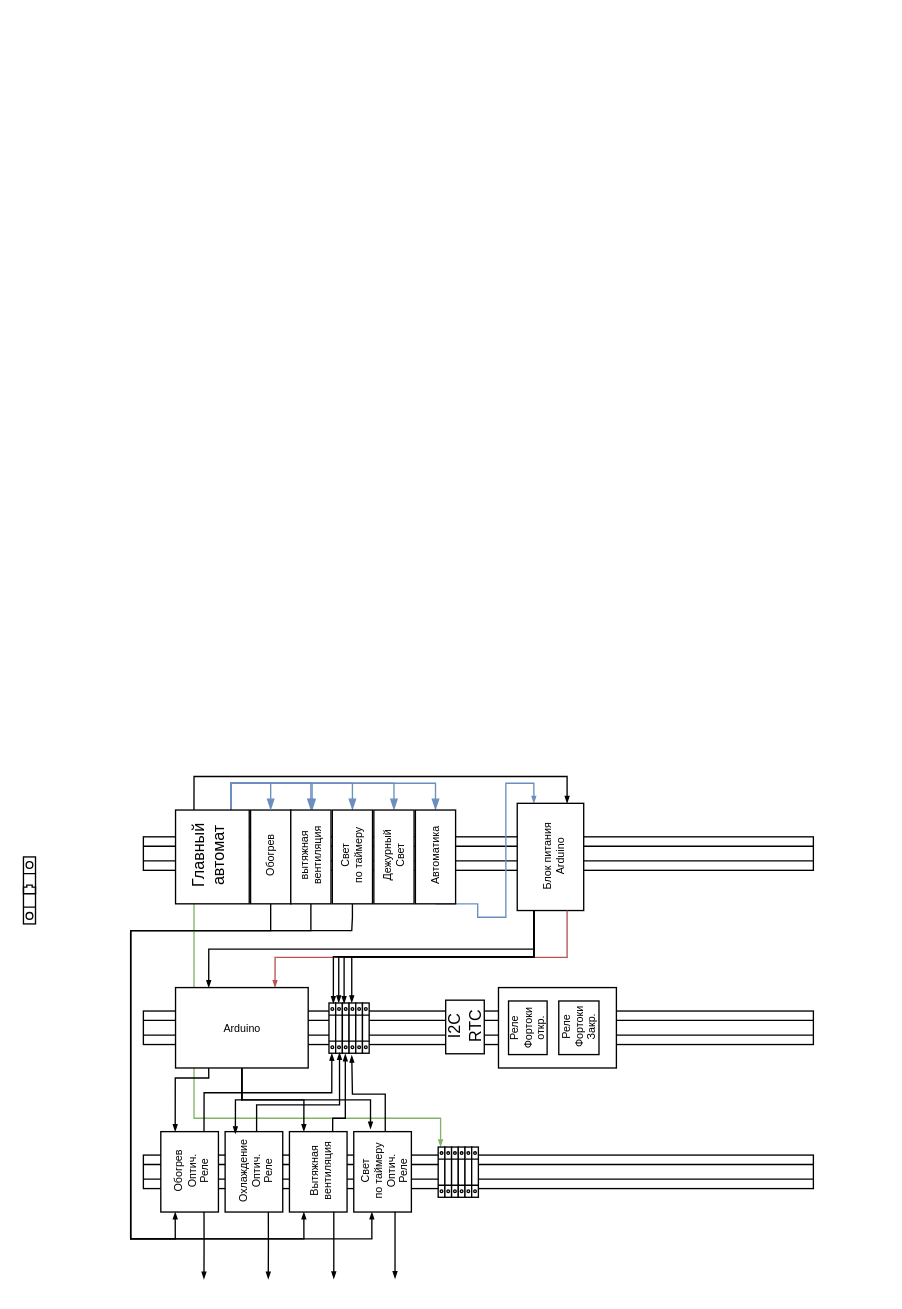
Earlier version of the draw.io diagram Курятник.drawio (Johnystu/draw_io). Source tidied: cells renumbered, new cells numbered last; positions are measured from the earlier drawing's top-left corner, leaving out a move shared by most shapes. Both pictures are drawn from the tidied source at 134%, with x=0, y=0 at pixel (23, 783).
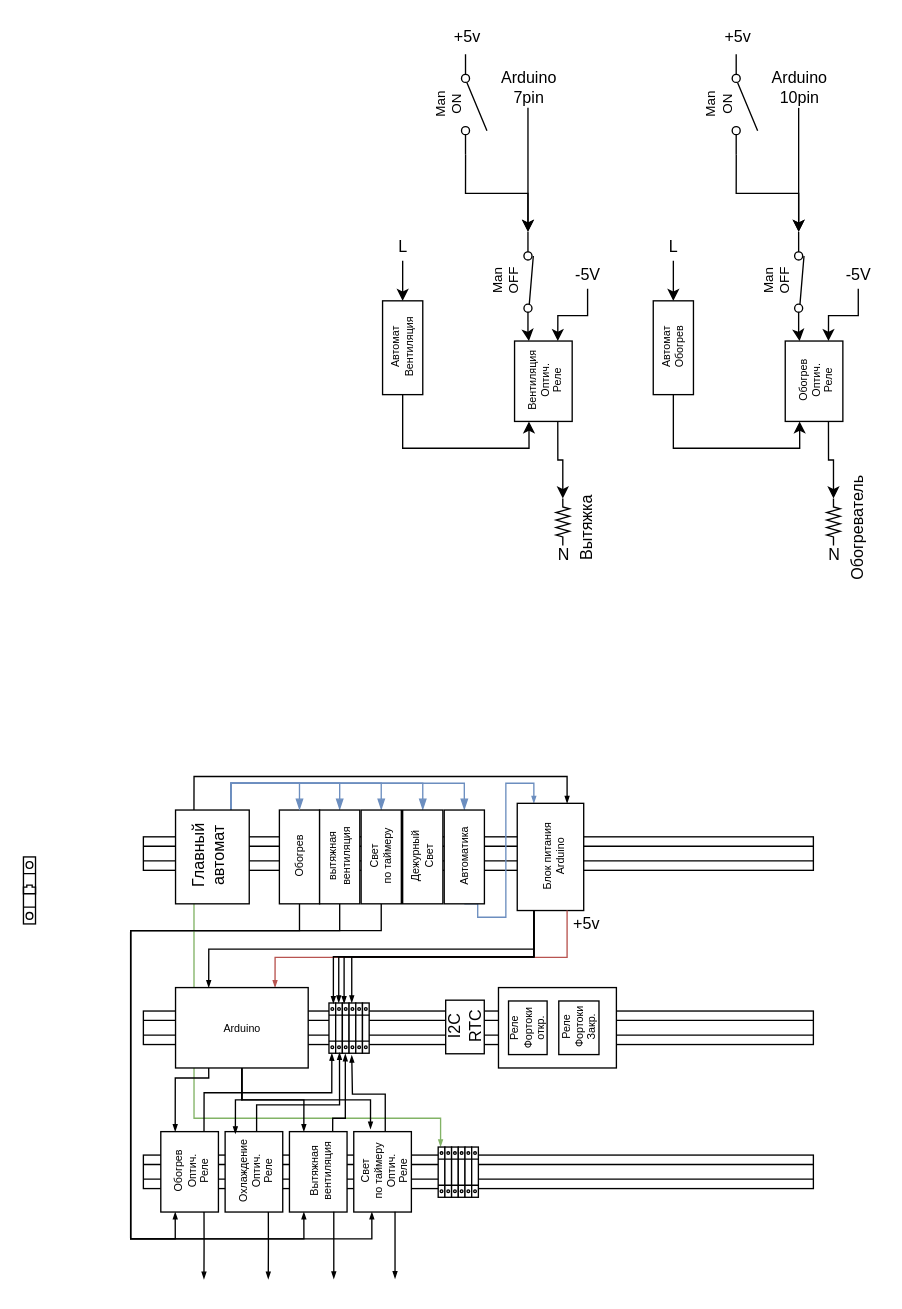
The same diagram, later.

The change refers to these unchanged cells:
```xml
<mxCell id="15" style="rounded=0;whiteSpace=wrap;html=1;" parent="1" vertex="1">
  <mxGeometry x="113.5" y="20" width="55" height="70" as="geometry" />
</mxCell>
<mxCell id="27" style="rounded=0;whiteSpace=wrap;html=1;" parent="26" vertex="1">
  <mxGeometry x="6.5" width="43" height="60" as="geometry" />
</mxCell>
<mxCell id="39" style="rounded=0;whiteSpace=wrap;html=1;" parent="38" vertex="1">
  <mxGeometry x="6.5" width="43" height="60" as="geometry" />
</mxCell>
<mxCell id="43" value="&lt;div&gt;Свет&lt;/div&gt;&lt;div&gt;по таймеру&lt;br&gt;&lt;/div&gt;&lt;div style=&quot;font-size: 8px&quot;&gt;&lt;font style=&quot;font-size: 8px&quot;&gt;Оптич.&lt;/font&gt;&lt;/div&gt;&lt;div style=&quot;font-size: 8px&quot;&gt;&lt;font style=&quot;font-size: 8px&quot;&gt;Реле&lt;br style=&quot;font-size: 8px&quot;&gt;&lt;/font&gt;&lt;/div&gt;" style="text;html=1;align=center;verticalAlign=middle;points=[];rotation=-90;fontSize=8;" parent="41" vertex="1">
  <mxGeometry y="5" width="60" height="50" as="geometry" />
</mxCell>
```

Change to the diagram source:
```diff
@@
     <mxCell id="4" style="edgeStyle=orthogonalEdgeStyle;rounded=0;jumpSize=3;jettySize=auto;html=1;exitX=0.5;exitY=1;exitDx=0;exitDy=0;entryX=0.25;entryY=1;entryDx=0;entryDy=0;startSize=3;endArrow=blockThin;endFill=1;endSize=3;fontSize=8;" parent="1" edge="1" source="5" target="27">
       <mxGeometry relative="1" as="geometry">
         <Array as="points">
-          <mxPoint x="184" y="110" />
+          <mxPoint x="206" y="110" />
           <mxPoint x="80" y="110" />
           <mxPoint x="80" y="340" />
           <mxPoint x="113" y="340" />
         </Array>
       </mxGeometry>
     </mxCell>
     <mxCell id="5" style="rounded=0;whiteSpace=wrap;html=1;" parent="1" vertex="1">
-      <mxGeometry x="169.5" y="20" width="30" height="70" as="geometry" />
+      <mxGeometry x="191" y="20" width="30" height="70" as="geometry" />
     </mxCell>
     <mxCell id="6" value="Обогрев" style="text;html=1;align=center;verticalAlign=middle;rotation=-90;fontSize=8;" parent="1" vertex="1">
-      <mxGeometry x="159.5" y="45" width="50" height="20" as="geometry" />
+      <mxGeometry x="181" y="45" width="50" height="20" as="geometry" />
     </mxCell>
     <mxCell id="7" style="edgeStyle=orthogonalEdgeStyle;rounded=0;jettySize=auto;html=1;exitX=0.75;exitY=0;exitDx=0;exitDy=0;endArrow=blockThin;endFill=1;entryX=0.5;entryY=0;entryDx=0;entryDy=0;fillColor=#dae8fc;strokeColor=#6c8ebf;" parent="1" edge="1" source="15" target="5">
       <mxGeometry relative="1" as="geometry">
         <Array as="points">
           <mxPoint x="155" />
-          <mxPoint x="184" />
+          <mxPoint x="206" />
         </Array>
       </mxGeometry>
     </mxCell>
-    <mxCell id="8" style="edgeStyle=orthogonalEdgeStyle;rounded=0;jettySize=auto;html=1;exitX=0.75;exitY=0;exitDx=0;exitDy=0;endArrow=blockThin;endFill=1;entryX=0.5;entryY=0;entryDx=0;entryDy=0;fillColor=#dae8fc;strokeColor=#6c8ebf;" parent="1" edge="1" source="15">
-      <mxGeometry relative="1" as="geometry">
-        <mxPoint x="215.4" y="20.2" as="targetPoint" />
-        <Array as="points">
-          <mxPoint x="155" />
-          <mxPoint x="215" />
-        </Array>
-      </mxGeometry>
-    </mxCell>
@@
     <mxCell id="17" style="edgeStyle=orthogonalEdgeStyle;rounded=0;jumpSize=3;jettySize=auto;html=1;exitX=0.5;exitY=1;exitDx=0;exitDy=0;entryX=0;entryY=0.3;entryDx=0;entryDy=0;entryPerimeter=0;startSize=3;endArrow=blockThin;endFill=1;endSize=3;fontSize=8;" parent="1" edge="1" source="18" target="43">
       <mxGeometry relative="1" as="geometry">
         <Array as="points">
-          <mxPoint x="245" y="100" />
-          <mxPoint x="245" y="110" />
+          <mxPoint x="267" y="110" />
           <mxPoint x="80" y="110" />
           <mxPoint x="80" y="340" />
           <mxPoint x="260" y="340" />
         </Array>
       </mxGeometry>
     </mxCell>
     <mxCell id="18" style="rounded=0;whiteSpace=wrap;html=1;" parent="1" vertex="1">
-      <mxGeometry x="230.5" y="20" width="30" height="70" as="geometry" />
+      <mxGeometry x="252" y="20" width="30" height="70" as="geometry" />
     </mxCell>
     <mxCell id="19" value="&lt;div style=&quot;font-size: 8px;&quot;&gt;Свет&lt;/div&gt;&lt;div style=&quot;font-size: 8px;&quot;&gt;по таймеру&lt;br style=&quot;font-size: 8px;&quot;&gt;&lt;/div&gt;" style="text;html=1;align=center;verticalAlign=middle;rotation=-90;fontSize=8;" parent="1" vertex="1">
-      <mxGeometry x="215.5" y="40" width="60" height="30" as="geometry" />
+      <mxGeometry x="237" y="40" width="60" height="30" as="geometry" />
     </mxCell>
     <mxCell id="20" style="edgeStyle=orthogonalEdgeStyle;rounded=0;jumpSize=3;jettySize=auto;html=1;exitX=0.5;exitY=1;exitDx=0;exitDy=0;entryX=0.25;entryY=1;entryDx=0;entryDy=0;startSize=3;endArrow=blockThin;endFill=1;endSize=3;fontSize=8;" parent="1" edge="1" source="21" target="39">
       <mxGeometry relative="1" as="geometry">
         <Array as="points">
-          <mxPoint x="214" y="110" />
+          <mxPoint x="236" y="110" />
           <mxPoint x="80" y="110" />
           <mxPoint x="80" y="340" />
           <mxPoint x="209" y="340" />
         </Array>
       </mxGeometry>
     </mxCell>
     <mxCell id="21" style="rounded=0;whiteSpace=wrap;html=1;" parent="1" vertex="1">
-      <mxGeometry x="199.5" y="20" width="30" height="70" as="geometry" />
+      <mxGeometry x="221" y="20" width="30" height="70" as="geometry" />
     </mxCell>
     <mxCell id="22" value="&lt;div style=&quot;font-size: 8px;&quot;&gt;вытяжная&lt;/div&gt;&lt;div style=&quot;font-size: 8px;&quot;&gt;вентиляция&lt;br style=&quot;font-size: 8px;&quot;&gt;&lt;/div&gt;" style="text;html=1;align=center;verticalAlign=middle;rotation=-90;fontSize=8;" parent="1" vertex="1">
-      <mxGeometry x="184.5" y="40" width="60" height="30" as="geometry" />
+      <mxGeometry x="206" y="40" width="60" height="30" as="geometry" />
     </mxCell>
     <mxCell id="23" style="rounded=0;whiteSpace=wrap;html=1;" parent="1" vertex="1">
-      <mxGeometry x="261.5" y="20" width="30" height="70" as="geometry" />
+      <mxGeometry x="283" y="20" width="30" height="70" as="geometry" />
     </mxCell>
     <mxCell id="24" value="Дежурный&lt;br style=&quot;font-size: 8px;&quot;&gt;&lt;div style=&quot;font-size: 8px;&quot;&gt;Свет&lt;/div&gt;" style="text;html=1;align=center;verticalAlign=middle;rotation=-90;fontSize=8;" parent="1" vertex="1">
-      <mxGeometry x="251.5" y="40" width="50" height="30" as="geometry" />
+      <mxGeometry x="273" y="40" width="50" height="30" as="geometry" />
     </mxCell>
@@
     <mxCell id="30" style="rounded=0;whiteSpace=wrap;html=1;" parent="1" vertex="1">
-      <mxGeometry x="292.5" y="20" width="30" height="70" as="geometry" />
+      <mxGeometry x="314" y="20" width="30" height="70" as="geometry" />
     </mxCell>
     <mxCell id="31" value="Автоматика" style="text;html=1;align=center;verticalAlign=middle;rotation=-90;fontSize=8;" parent="1" vertex="1">
-      <mxGeometry x="277.5" y="45" width="60" height="20" as="geometry" />
+      <mxGeometry x="299" y="45" width="60" height="20" as="geometry" />
     </mxCell>
@@
+    <mxCell id="80" value="+5v" style="text;html=1;align=center;verticalAlign=middle;" parent="1" vertex="1">
+      <mxGeometry x="404.5" y="95" width="30" height="20" as="geometry" />
+    </mxCell>
+    <mxCell id="81" style="edgeStyle=orthogonalEdgeStyle;rounded=0;jettySize=auto;html=1;exitX=0.5;exitY=1;exitDx=0;exitDy=0;entryX=0.25;entryY=1;entryDx=0;entryDy=0;" parent="1" edge="1" source="82" target="85">
+      <mxGeometry relative="1" as="geometry" />
+    </mxCell>
+    <mxCell id="82" style="rounded=0;whiteSpace=wrap;html=1;" parent="1" vertex="1">
+      <mxGeometry x="268" y="-360" width="30" height="70" as="geometry" />
+    </mxCell>
+    <mxCell id="83" value="Автомат&lt;br&gt;&lt;div&gt;Вентиляция&lt;/div&gt;" style="text;html=1;align=center;verticalAlign=middle;rotation=-90;fontSize=8;" parent="1" vertex="1">
+      <mxGeometry x="253" y="-340" width="60" height="30" as="geometry" />
+    </mxCell>
+    <mxCell id="84" style="group;fontSize=8;" parent="1" vertex="1">
+      <mxGeometry x="360" y="-330" width="60" height="60" as="geometry" />
+    </mxCell>
+    <mxCell id="85" style="rounded=0;whiteSpace=wrap;html=1;" parent="84" vertex="1">
+      <mxGeometry x="6.5" width="43" height="60" as="geometry" />
+    </mxCell>
+    <mxCell id="86" value="&lt;div style=&quot;font-size: 8px&quot;&gt;&lt;font style=&quot;font-size: 8px&quot;&gt;Вентиляция&lt;/font&gt;&lt;/div&gt;&lt;div style=&quot;font-size: 8px&quot;&gt;&lt;font style=&quot;font-size: 8px&quot;&gt;Оптич.&lt;/font&gt;&lt;/div&gt;&lt;div style=&quot;font-size: 8px&quot;&gt;&lt;font style=&quot;font-size: 8px&quot;&gt;Реле&lt;br style=&quot;font-size: 8px&quot;&gt;&lt;/font&gt;&lt;/div&gt;" style="text;html=1;align=center;verticalAlign=middle;rotation=-90;fontSize=8;" parent="84" vertex="1">
+      <mxGeometry y="10" width="60" height="40" as="geometry" />
+    </mxCell>
+    <mxCell id="87" style="verticalLabelPosition=bottom;shadow=0;dashed=0;align=center;html=1;verticalAlign=top;shape=mxgraph.electrical.resistors.resistor_2;rotation=90;" parent="1" vertex="1">
+      <mxGeometry x="385" y="-200" width="35" height="10" as="geometry" />
+    </mxCell>
+    <mxCell id="88" style="edgeStyle=orthogonalEdgeStyle;rounded=0;jettySize=auto;html=1;exitX=0.75;exitY=1;exitDx=0;exitDy=0;entryX=0;entryY=0.5;entryDx=0;entryDy=0;entryPerimeter=0;" parent="1" edge="1" source="85" target="87">
+      <mxGeometry relative="1" as="geometry" />
+    </mxCell>
+    <mxCell id="89" style="edgeStyle=orthogonalEdgeStyle;rounded=0;jettySize=auto;html=1;entryX=1;entryY=0.43;entryDx=0;entryDy=0;entryPerimeter=0;" parent="1" edge="1" source="90" target="101">
+      <mxGeometry relative="1" as="geometry" />
+    </mxCell>
+    <mxCell id="90" value="&lt;div&gt;Arduino&lt;br&gt;&lt;/div&gt;&lt;div&gt;7pin&lt;/div&gt;" style="text;html=1;align=center;verticalAlign=middle;points=[];" parent="1" vertex="1">
+      <mxGeometry x="346.5" y="-534" width="60" height="30" as="geometry" />
+    </mxCell>
+    <mxCell id="91" style="edgeStyle=orthogonalEdgeStyle;rounded=0;jettySize=auto;html=1;entryX=0.75;entryY=0;entryDx=0;entryDy=0;" parent="1" edge="1" source="92" target="85">
+      <mxGeometry relative="1" as="geometry">
+        <Array as="points">
+          <mxPoint x="421" y="-349" />
+          <mxPoint x="399" y="-349" />
+        </Array>
+      </mxGeometry>
+    </mxCell>
+    <mxCell id="92" value="-5V" style="text;html=1;align=center;verticalAlign=middle;points=[];" parent="1" vertex="1">
+      <mxGeometry x="406" y="-389" width="30" height="20" as="geometry" />
+    </mxCell>
+    <mxCell id="93" value="N" style="text;html=1;align=center;verticalAlign=middle;" parent="1" vertex="1">
+      <mxGeometry x="392.5" y="-180" width="20" height="20" as="geometry" />
+    </mxCell>
+    <mxCell id="94" style="edgeStyle=orthogonalEdgeStyle;rounded=0;jettySize=auto;html=1;entryX=0.5;entryY=0;entryDx=0;entryDy=0;" parent="1" edge="1" source="95" target="82">
+      <mxGeometry relative="1" as="geometry" />
+    </mxCell>
+    <mxCell id="95" value="L" style="text;html=1;align=center;verticalAlign=middle;points=[];" parent="1" vertex="1">
+      <mxGeometry x="273" y="-410" width="20" height="20" as="geometry" />
+    </mxCell>
+    <mxCell id="96" style="edgeStyle=orthogonalEdgeStyle;rounded=0;jettySize=auto;html=1;exitX=1;exitY=0.84;exitDx=0;exitDy=0;exitPerimeter=0;entryX=1;entryY=0.43;entryDx=0;entryDy=0;entryPerimeter=0;" parent="1" edge="1" source="97" target="101">
+      <mxGeometry relative="1" as="geometry" />
+    </mxCell>
+    <mxCell id="97" style="verticalLabelPosition=bottom;shadow=0;dashed=0;align=center;html=1;verticalAlign=top;shape=mxgraph.electrical.electro-mechanical.simple_switch;rotation=90;" parent="1" vertex="1">
+      <mxGeometry x="298.9" y="-516" width="75" height="19" as="geometry" />
+    </mxCell>
+    <mxCell id="98" value="+5v" style="text;html=1;align=center;verticalAlign=middle;" parent="1" vertex="1">
+      <mxGeometry x="315.9" y="-567" width="30" height="20" as="geometry" />
+    </mxCell>
+    <mxCell id="99" value="&lt;div style=&quot;font-size: 10px&quot;&gt;&lt;font style=&quot;font-size: 10px&quot;&gt;Man&lt;/font&gt;&lt;/div&gt;&lt;div style=&quot;font-size: 10px&quot;&gt;&lt;font style=&quot;font-size: 10px&quot;&gt;&lt;font style=&quot;font-size: 10px&quot;&gt;ON&lt;/font&gt;&lt;br&gt;&lt;/font&gt;&lt;/div&gt;" style="text;html=1;align=center;verticalAlign=middle;rotation=-90;" parent="1" vertex="1">
+      <mxGeometry x="296.4" y="-521.5" width="40" height="30" as="geometry" />
+    </mxCell>
+    <mxCell id="100" style="edgeStyle=orthogonalEdgeStyle;rounded=0;jettySize=auto;html=1;exitX=0;exitY=0.43;exitDx=0;exitDy=0;exitPerimeter=0;entryX=0.25;entryY=0;entryDx=0;entryDy=0;" parent="1" edge="1" source="101" target="85">
+      <mxGeometry relative="1" as="geometry" />
+    </mxCell>
+    <mxCell id="101" style="verticalLabelPosition=bottom;shadow=0;dashed=0;align=center;html=1;verticalAlign=top;shape=mxgraph.electrical.electro-mechanical.stay_put;rotation=-90;" parent="1" vertex="1">
+      <mxGeometry x="339.5" y="-377.5" width="75" height="7" as="geometry" />
+    </mxCell>
+    <mxCell id="102" value="&lt;div style=&quot;font-size: 10px&quot;&gt;&lt;font style=&quot;font-size: 10px&quot;&gt;Man&lt;/font&gt;&lt;/div&gt;&lt;div style=&quot;font-size: 10px&quot;&gt;&lt;font style=&quot;font-size: 10px&quot;&gt;&lt;font style=&quot;font-size: 10px&quot;&gt;OFF&lt;/font&gt;&lt;br&gt;&lt;/font&gt;&lt;/div&gt;" style="text;html=1;align=center;verticalAlign=middle;rotation=-90;" parent="1" vertex="1">
+      <mxGeometry x="339.5" y="-389" width="40" height="30" as="geometry" />
+    </mxCell>
+    <mxCell id="103" value="Вытяжка" style="text;html=1;align=center;verticalAlign=middle;rotation=-90;" parent="1" vertex="1">
+      <mxGeometry x="386" y="-200" width="70" height="20" as="geometry" />
+    </mxCell>
+    <mxCell id="104" style="edgeStyle=orthogonalEdgeStyle;rounded=0;jettySize=auto;html=1;exitX=0.5;exitY=1;exitDx=0;exitDy=0;entryX=0.25;entryY=1;entryDx=0;entryDy=0;" parent="1" edge="1" source="105" target="108">
+      <mxGeometry relative="1" as="geometry" />
+    </mxCell>
+    <mxCell id="105" style="rounded=0;whiteSpace=wrap;html=1;" parent="1" vertex="1">
+      <mxGeometry x="470" y="-360" width="30" height="70" as="geometry" />
+    </mxCell>
+    <mxCell id="106" value="Автомат&lt;br&gt;&lt;div&gt;Обогрев&lt;/div&gt;" style="text;html=1;align=center;verticalAlign=middle;rotation=-90;fontSize=8;" parent="1" vertex="1">
+      <mxGeometry x="460" y="-340" width="50" height="30" as="geometry" />
+    </mxCell>
+    <mxCell id="107" style="group;fontSize=8;" parent="1" vertex="1">
+      <mxGeometry x="562" y="-330" width="60" height="60" as="geometry" />
+    </mxCell>
+    <mxCell id="108" style="rounded=0;whiteSpace=wrap;html=1;" parent="107" vertex="1">
+      <mxGeometry x="6.5" width="43" height="60" as="geometry" />
+    </mxCell>
+    <mxCell id="109" value="&lt;div style=&quot;font-size: 8px;&quot;&gt;&lt;font style=&quot;font-size: 8px;&quot;&gt;Обогрев&lt;/font&gt;&lt;/div&gt;&lt;div style=&quot;font-size: 8px;&quot;&gt;&lt;font style=&quot;font-size: 8px;&quot;&gt;Оптич.&lt;/font&gt;&lt;/div&gt;&lt;div style=&quot;font-size: 8px;&quot;&gt;&lt;font style=&quot;font-size: 8px;&quot;&gt;Реле&lt;br style=&quot;font-size: 8px;&quot;&gt;&lt;/font&gt;&lt;/div&gt;" style="text;html=1;align=center;verticalAlign=middle;rotation=-90;fontSize=8;" parent="107" vertex="1">
+      <mxGeometry x="5" y="10" width="50" height="40" as="geometry" />
+    </mxCell>
+    <mxCell id="110" style="verticalLabelPosition=bottom;shadow=0;dashed=0;align=center;html=1;verticalAlign=top;shape=mxgraph.electrical.resistors.resistor_2;rotation=90;" parent="1" vertex="1">
+      <mxGeometry x="587" y="-200" width="35" height="10" as="geometry" />
+    </mxCell>
+    <mxCell id="111" style="edgeStyle=orthogonalEdgeStyle;rounded=0;jettySize=auto;html=1;exitX=0.75;exitY=1;exitDx=0;exitDy=0;entryX=0;entryY=0.5;entryDx=0;entryDy=0;entryPerimeter=0;" parent="1" edge="1" source="108" target="110">
+      <mxGeometry relative="1" as="geometry" />
+    </mxCell>
+    <mxCell id="112" style="edgeStyle=orthogonalEdgeStyle;rounded=0;jettySize=auto;html=1;entryX=1;entryY=0.43;entryDx=0;entryDy=0;entryPerimeter=0;" parent="1" edge="1" source="113" target="124">
+      <mxGeometry relative="1" as="geometry" />
+    </mxCell>
+    <mxCell id="113" value="&lt;div&gt;Arduino&lt;br&gt;&lt;/div&gt;&lt;div&gt;10pin&lt;/div&gt;" style="text;html=1;align=center;verticalAlign=middle;points=[];" parent="1" vertex="1">
+      <mxGeometry x="548.5" y="-534" width="60" height="30" as="geometry" />
+    </mxCell>
+    <mxCell id="114" style="edgeStyle=orthogonalEdgeStyle;rounded=0;jettySize=auto;html=1;entryX=0.75;entryY=0;entryDx=0;entryDy=0;" parent="1" edge="1" source="115" target="108">
+      <mxGeometry relative="1" as="geometry">
+        <Array as="points">
+          <mxPoint x="623" y="-349" />
+          <mxPoint x="601" y="-349" />
+        </Array>
+      </mxGeometry>
+    </mxCell>
+    <mxCell id="115" value="-5V" style="text;html=1;align=center;verticalAlign=middle;points=[];" parent="1" vertex="1">
+      <mxGeometry x="608" y="-389" width="30" height="20" as="geometry" />
+    </mxCell>
+    <mxCell id="116" value="N" style="text;html=1;align=center;verticalAlign=middle;" parent="1" vertex="1">
+      <mxGeometry x="594.5" y="-180" width="20" height="20" as="geometry" />
+    </mxCell>
+    <mxCell id="117" style="edgeStyle=orthogonalEdgeStyle;rounded=0;jettySize=auto;html=1;entryX=0.5;entryY=0;entryDx=0;entryDy=0;" parent="1" edge="1" source="118" target="105">
+      <mxGeometry relative="1" as="geometry" />
+    </mxCell>
+    <mxCell id="118" value="L" style="text;html=1;align=center;verticalAlign=middle;points=[];" parent="1" vertex="1">
+      <mxGeometry x="475" y="-410" width="20" height="20" as="geometry" />
+    </mxCell>
+    <mxCell id="119" style="edgeStyle=orthogonalEdgeStyle;rounded=0;jettySize=auto;html=1;exitX=1;exitY=0.84;exitDx=0;exitDy=0;exitPerimeter=0;entryX=1;entryY=0.43;entryDx=0;entryDy=0;entryPerimeter=0;" parent="1" edge="1" source="120" target="124">
+      <mxGeometry relative="1" as="geometry" />
+    </mxCell>
+    <mxCell id="120" style="verticalLabelPosition=bottom;shadow=0;dashed=0;align=center;html=1;verticalAlign=top;shape=mxgraph.electrical.electro-mechanical.simple_switch;rotation=90;" parent="1" vertex="1">
+      <mxGeometry x="500.9" y="-516" width="75" height="19" as="geometry" />
+    </mxCell>
+    <mxCell id="121" value="+5v" style="text;html=1;align=center;verticalAlign=middle;" parent="1" vertex="1">
+      <mxGeometry x="517.9" y="-567" width="30" height="20" as="geometry" />
+    </mxCell>
+    <mxCell id="122" value="&lt;div style=&quot;font-size: 10px&quot;&gt;&lt;font style=&quot;font-size: 10px&quot;&gt;Man&lt;/font&gt;&lt;/div&gt;&lt;div style=&quot;font-size: 10px&quot;&gt;&lt;font style=&quot;font-size: 10px&quot;&gt;&lt;font style=&quot;font-size: 10px&quot;&gt;ON&lt;/font&gt;&lt;br&gt;&lt;/font&gt;&lt;/div&gt;" style="text;html=1;align=center;verticalAlign=middle;rotation=-90;" parent="1" vertex="1">
+      <mxGeometry x="498.4" y="-521.5" width="40" height="30" as="geometry" />
+    </mxCell>
+    <mxCell id="123" style="edgeStyle=orthogonalEdgeStyle;rounded=0;jettySize=auto;html=1;exitX=0;exitY=0.43;exitDx=0;exitDy=0;exitPerimeter=0;entryX=0.25;entryY=0;entryDx=0;entryDy=0;" parent="1" edge="1" source="124" target="108">
+      <mxGeometry relative="1" as="geometry" />
+    </mxCell>
+    <mxCell id="124" style="verticalLabelPosition=bottom;shadow=0;dashed=0;align=center;html=1;verticalAlign=top;shape=mxgraph.electrical.electro-mechanical.stay_put;rotation=-90;" parent="1" vertex="1">
+      <mxGeometry x="541.5" y="-377.5" width="75" height="7" as="geometry" />
+    </mxCell>
+    <mxCell id="125" value="&lt;div style=&quot;font-size: 10px&quot;&gt;&lt;font style=&quot;font-size: 10px&quot;&gt;Man&lt;/font&gt;&lt;/div&gt;&lt;div style=&quot;font-size: 10px&quot;&gt;&lt;font style=&quot;font-size: 10px&quot;&gt;&lt;font style=&quot;font-size: 10px&quot;&gt;OFF&lt;/font&gt;&lt;br&gt;&lt;/font&gt;&lt;/div&gt;" style="text;html=1;align=center;verticalAlign=middle;rotation=-90;" parent="1" vertex="1">
+      <mxGeometry x="541.5" y="-389" width="40" height="30" as="geometry" />
+    </mxCell>
+    <mxCell id="126" value="Обогреватель" style="text;html=1;align=center;verticalAlign=middle;rotation=-90;" parent="1" vertex="1">
+      <mxGeometry x="573" y="-200" width="100" height="20" as="geometry" />
+    </mxCell>
```
